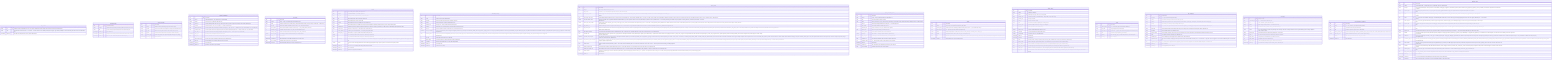
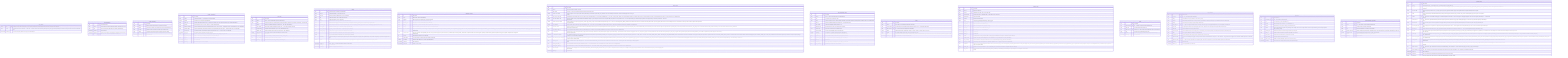
%% Generated by scripts/generate_er.py — do not edit by hand (make er)
erDiagram

    APP_CONFIG {
        string key PK "Config key in lower-snake attribute form (e.g. pdf_extractor). Matches the settings.<key> attribute name and the API path segment. ADR-0053 §2.1."
        string value "Override value as TEXT. NOT NULL — 'a row exists ⇔ override is active'. Reset to default by deleting the row (§3.3). Typed values (bool/float) are stored as their string form and coerced at read. ADR-0053 §2.1."
        timestamptz updated_at "Last write time (audit). Refreshed on every upsert. ADR-0053 §2.1."
    }

    CONVERSATIONS {
        uuid id PK "Conversation identity"
        string vault_id "Logical vault scope (matches pages/edges pattern), from VAULT_ID env var"
        string title "User-set or first-prompt-derived title, NULL until set (ADR-0019 §2.5)"
        timestamptz created_at "Row creation time"
        timestamptz updated_at "Bumped on each chat turn, drives last-active-conversation restore (AC-F6-1)"
        timestamptz deleted_at "NULL = live, set = soft-deleted (ADR-0005 / ADR-0019 §2.5)"
    }

    IMAGE_CAPTIONS {
        uuid id PK "Row identity"
        string vault_id "Vault this cached caption belongs to (per-vault cache scoping)"
        string sha256 "Lowercase hex sha256 of the image file's raw bytes (content-addressed key)"
        string file_path "Relative raw source path last seen for this content (audit, may drift)"
        string caption "Provider-generated caption used as the image's extracted text (R8-2)"
        string provider_type "Backend that produced the caption: local|api|cli (audit only, never routing)"
        timestamptz created_at "Row creation time"
    }

    IMPORT_SCHEDULES {
        uuid id PK "Row identity"
        string vault_id "Logical vault identifier — one schedule row per vault (UNIQUE)"
        boolean enabled "Scheduler is a no-op while false (ADR-0020 §4.1)"
        string source_dir "Container-visible absolute path to scan (e.g. /import). NULL until set by the user. Must be mounted into the container (ADR-0020 §7)."
        string frequency "Scan interval enum: '15m' | '1h' | '6h' | 'daily' (I7 — bounded, ADR-0020 §4.1)"
        string allowed_extensions "Comma-separated file extensions the scheduled scan imports (e.g. '.pdf,.csv'). NULL → default wider set (text + all extractable). P3-c (v1.5, ADR-0068)."
        string excluded_folders "Comma-separated folder names skipped during the scan (matched against path parts). NULL → nothing excluded. P3-c (v1.5, ADR-0068)."
        int max_size_mb "Max file size in MB the scan will import, larger files are skipped (I7). NULL → no size cap. P3-c (v1.5, ADR-0068)."
        timestamptz last_run_at "Timestamp of the last completed scan, NULL if never run"
        string last_status "Outcome of the last scan: 'ok' | 'error' | 'running' | 'skipped_disabled' | 'dir_missing' | NULL (never run)"
        int last_imported_count "Number of files copied (new/changed) during the last scan (ADR-0020 §4.3)"
        string last_error "Human-readable error from the last failed scan, NULL on success"
        timestamptz created_at "Row creation time"
        timestamptz updated_at "Updated on every PUT or scan completion"
    }

    LINT_RUNS {
        uuid id PK "Run identity"
        string vault_id "Scope — string, no vaults table (AQ-v0.5-6, ADR-0037 §3.1)"
        string status "running | completed | error. Defaults 'running', terminal write always in finally (never left 'running' on fall-through — ADR-0037 §4)."
        int max_iter "Iteration cap FROZEN at INSERT from POST body → LINT_MAX_ITER default (I7)"
        int token_budget "Token budget FROZEN at INSERT from POST body → LINT_TOKEN_BUDGET default (I7)"
        int iterations_used "Semantic rounds consumed (0..max_iter), 0 for deterministic-only scans"
        int findings_count "Number of findings emitted by this scan (capped at LINT_MAX_FINDINGS)"
        decimal total_cost_usd "I7 cost ledger, 0.0000 for local/cli (ADR-0009), $1 anomaly threshold"
        timestamptz started_at "Run start time"
        timestamptz completed_at "NULL while running, set in finally block (mirrors deep_research_runs)"
        string error_message "Populated only on status='error', NULL otherwise"
        timestamptz created_at "Row creation time (mirrors deep_research_runs/review_items)"
    }

    PAGES {
        uuid id PK "Page identity, also the Qdrant point id (ADR-0002)"
        string vault_id "Logical vault identifier — from VAULT_ID env var"
        string file_path "Relative path under vault/raw/sources/, join key to filesystem"
        string title "YAML frontmatter 'title', NULL if absent (K6, AC-K6-2/3)"
        string type "YAML frontmatter 'type', NULL if absent (K6)"
        jsonb sources "YAML frontmatter 'sources[]' as JSONB array, NULL if absent (K6)"
        jsonb tags "YAML frontmatter 'tags[]' as JSONB array, NULL if absent (K6 navigation, nashsu/llm_wiki parity). Mirrors 'sources' storage. Migration 0018."
        string generation_key "Stable identity for corpus-derived comparison/synthesis pages, mirrored as synapse_generation_key in YAML. NULL for ordinary/legacy pages (ADR-0074, 0031)."
        string content_hash "sha256 hex of raw file bytes — authoritative change signal (ADR-0001)"
        int source_mtime_ns "st_mtime_ns at last confirmed index — cheap fast-path gate (ADR-0001)"
        uuid qdrant_point_id "Qdrant point id == pages.id, explicit to allow deliberate divergence later"
        double x "FR x-coordinate (DOUBLE PRECISION), NULL until first layout (ADR-0013)"
        double y "FR y-coordinate (DOUBLE PRECISION), NULL until first layout (ADR-0013)"
        int community "Louvain community id, re-numbered by size (largest=0). NULL until first GraphEngine.recompute() after migration 0020 (G-P0-2). Persisted alongside x/y, exposed in GET /graph nodes (I2)."
        boolean pinned "True when the user manually positioned this node via PATCH /pages/(id)/position. Engine preserves pinned coords across FR recomputes (Feature A)."
        timestamptz deleted_at "NULL = live, set = soft-deleted (ADR-0005), Qdrant point hard-deleted"
        timestamptz created_at "Row creation time"
        timestamptz updated_at "Updated on every upsert (AC-WATCH-3)"
    }

    PROVIDER_CONFIG {
        uuid id PK "Row identity"
        string scope "global | vault | operation (ADR-0008 §2)"
        string operation "ingest | chat | lint, NULL unless scope='operation' (AQ-v0.2-5)"
        string vault_id "NULL at global scope, required at vault/operation scope"
        string provider_type "local | api | cli — selects the InferenceProvider backend (I6)"
        string model_id "Model name (e.g. claude-sonnet-4-6), value lives ONLY in DB rows (AC-F17-8)"
        string base_url "OpenAI-compatible endpoint for ApiProvider, NULL for Anthropic/local default"
        largebinary api_key_encrypted "W1 (F17, §12 amendment). Fernet-encrypted UI-supplied provider API key (master key from SYNAPSE_SECRET_KEY env, app/secrets_crypto.py). NULL = no UI key, the provider layer falls back to env-var keys (ANTHROPIC_API_KEY / OPENAI_API_KEY). The plaintext is NEVER stored and NEVER returned by any endpoint (GET exposes only api_key_configured + a masked hint). Migration 0026."
        string reasoning_effort "W1 (F17). Per-provider reasoning/thinking effort: auto | off | low | medium | high | max | custom. NULL/auto = provider default (no reasoning override). Threaded into the ApiProvider where the backend supports it (Anthropic extended thinking / OpenAI-compatible reasoning_effort), degrade-safe/ignored when unsupported. Migration 0026."
        int max_iter "Orchestrated-loop iteration cap (I7, ADR-0009)"
        int token_budget "Loop token budget (I7), 60000 orchestrated / 100000 cli (ADR-0009)"
        boolean is_fallback "Marks the single fallback row for a scope (ADR-0009 §fallback)"
        timestamptz created_at "Row creation time"
        timestamptz updated_at "Updated on every change"
    }

    VAULT_STATE {
        uuid id PK "Row identity"
        string vault_id "One row per vault, from VAULT_ID env var"
        int data_version "Monotonic, +1 per successful upsert ingest (AC-F16dv-2/4), FA2 debounce signal"
        boolean remote_mcp_enabled "Runtime toggle for the remote (HTTP) MCP surface (ADR-0032 §2.1). Default OFF, requires MCP_AUTH_TOKEN to be set before enabling. Persisted here, read into RemoteMcpFlag cache in main.py at startup."
        string mcp_access_token_hash "Salted PBKDF2-HMAC-SHA256 hash of the UI-set MCP access token (ADR-0033 §2.1). Format: pbkdf2_sha256$<iters>$<salt_b64>$<hash_b64>. NULL = no UI token, env MCP_AUTH_TOKEN is the bootstrap fallback. NEVER stores plaintext. Token shown once at generation time (one-time reveal). DB-hash takes precedence over env bootstrap when set. Migration 0012."
        boolean mcp_allow_without_token "When ON: PRIVATE sources (loopback/CGNAT/RFC1918/link-local/ULA) may reach /mcp/server without a bearer token (ADR-0033 §2.3). PUBLIC sources (Cloudflare tunnel — CF-Connecting-IP/CF-Ray) are NEVER exempted regardless of this flag (fail-safe by construction). Default false — fail-closed. Migration 0012."
        boolean remote_mcp_write_enabled "Runtime toggle for write tools (write_page, resolve_review, trigger_source_rescan) on the HTTP MCP surface (ADR-0072 §1). NULL = not set in DB, env MCP_REMOTE_WRITE_ENABLED is the fallback. When NOT NULL, DB value is authoritative (DB-wins-else-env). Always-register-guard model: write tools are always listed on the HTTP surface but each body checks the effective flag at call time (ADR-0072 §3). Migration 0030."
        boolean clip_enabled_db "Runtime enabled-gate for POST /clip ingress (ADR-0040 §3). NULL = not set in DB, env CLIP_ENABLED is the fallback. When NOT NULL, DB value is authoritative (overrides CLIP_ENABLED env). Migration 0015."
        string clip_access_token "PBKDF2-SHA256 hash of the bearer token for POST /clip (ADR-0040 §2.2 amendment). NOTE: the original migration 0015 comment says 'plaintext' — that is stale. The write path (PUT /clip/config rotate_token) stores the PBKDF2 hash (never the raw token). The raw token is shown exactly once at generation time in generated_token (never stored). Verification uses constant-time _verify_token(). NULL = no DB token, fall back to CLIP_TOKEN env bootstrap or none. When set, DB value wins over CLIP_TOKEN env. NEVER logged. Migration 0015."
        string clip_allowed_origins_db "Comma-separated Origin allowlist for POST /clip (ADR-0040 §3). NULL = fall back to CLIP_ALLOWED_ORIGINS env var. When set, DB value wins over env. Migration 0015."
        string cli_oauth_token "DEPRECATED write path (W7 migration 0027). Legacy plaintext CLI subscription OAuth token column (ADR-0043 §2.1 original). Kept for rollback safety — migration 0027 nulls this column after encrypting the value into cli_oauth_token_encrypted. The read path falls back to this column with a security warning if cli_oauth_token_encrypted is NULL (operator migration path when SYNAPSE_SECRET_KEY was absent at migration time). Will be dropped in a future cleanup migration. Migration 0017."
        largebinary cli_oauth_token_encrypted "W7 (ADR-0043 amendment). Fernet-encrypted CLI subscription OAuth token (master key from SYNAPSE_SECRET_KEY env, app/secrets_crypto.py). Produced on the host by 'claude setup-token' (prefix: sk-ant- + oat01-). NULL = no UI token, env 'CLAUDE_CODE_OAUTH_TOKEN' / 'CLAUDE_CODE_USE_SUBSCRIPTION' govern. When NOT NULL the DB value is authoritative: it is decrypted at startup and injected into the spawned 'claude' CLI env as CLAUDE_CODE_OAUTH_TOKEN. Fernet AES-128-CBC + HMAC-SHA256. Plaintext NEVER stored/logged. Requires SYNAPSE_SECRET_KEY to store (PUT /provider/cli-auth returns 400 when key absent). Fail-closed on tampered ciphertext (decrypt returns None, cache loads None). Migration 0027."
        largebinary web_search_api_keys_encrypted "P3-e (ADR-0071). Fernet-encrypted JSON map (provider: api_key) for the opt-in cloud web-search providers (tavily/serpapi/firecrawl/brave). Master key from SYNAPSE_SECRET_KEY env (app/secrets_crypto.py). NULL = no UI keys, env '(PROVIDER)_API_KEY' govern. When a provider's key is present here the DB value wins over env. Plaintext NEVER stored/logged/returned (GET exposes only a masked posture). Requires SYNAPSE_SECRET_KEY to store (PUT /web-search/provider-keys → 400 when absent). Fail-closed on tampered ciphertext. Migration 0029."
        string searxng_url_db "Runtime SearXNG base URL (ADR-0041 §3). NULL = not set in DB, fall back to SEARXNG_URL env var. When set, DB value wins over env. NOT a secret — returned by GET /web-search/config (no masking). Migration 0016."
        string searxng_categories_db "Comma-separated SearXNG categories (ADR-0041 §3). NULL = not set in DB, fall back to env / code defaults. When set, DB value wins over env. Migration 0016."
        int searxng_max_queries_db "Max SearXNG queries per deep-research iteration (ADR-0041 §3). NULL = not set in DB, fall back to DEEP_RESEARCH_MAX_QUERIES env. When set, DB value wins over env. Migration 0016."
        string output_language "Mandatory AI output language chosen at vault creation (ADR-0081, llm_wiki create-dialog parity). ISO-639-1 code (e.g. 'en', 'it'). NULL = auto (detect from source content, pre-1.7.0 vaults). Read by ingest prompts (MANDATORY OUTPUT LANGUAGE directive) and by the writer language guard. Migration 0032."
        timestamptz updated_at "Last bump time"
    }

    DEEP_RESEARCH_RUNS {
        uuid id PK "Run identity"
        string vault_id "Scope — string, no vaults table (AQ-v0.5-6, ADR-0024 §7.1)"
        string topic "The research topic provided by the caller"
        string status "running | converged | max_iter_reached | budget_exhausted | error. Defaults 'running', terminal write always in finally (Do-NOT no.7, ADR-0024 §3.2)"
        int max_iter "Iteration cap FROZEN at INSERT from POST body → env default (AQ-v0.5-4)"
        int token_budget "Token budget FROZEN at INSERT (AQ-v0.5-4, I7)"
        int iterations_used "Rounds consumed (1..max_iter), 0 until first round completes"
        jsonb queries_used "Array of every query issued, per round (AC-F10-4c)"
        int sources_fetched "Count of fetched candidate sources across all iterations"
        boolean converged "True iff status == 'converged' (audit convenience, ADR-0024 §7.1)"
        decimal total_cost_usd "I7 cost ledger, 0.0000 for local/cli (ADR-0009), $1 anomaly threshold"
        string synthesis_text "The synthesized markdown, NULL until step 5 completes (AC-F10-4c)"
        uuid synthesis_page_id FK "FK → pages.id created by the re-entrant ingest_file, NULL until done"
        timestamptz started_at "Run start time"
        timestamptz completed_at "NULL while running, set in finally block (mirrors ingest_runs alias rule)"
        string error_message "Populated only on status='error', NULL otherwise"
    }

    EDGES {
        uuid id PK "Row identity"
        string vault_id "Scope edges per vault (matches pages/vault_state pattern)"
        uuid source_page_id FK "Unordered pair stored canonically (smaller UUID first by string sort). FK → pages.id (ADR-0012 / AQ-5)"
        uuid target_page_id FK "FK → pages.id, target of the undirected pair (ADR-0012)"
        double weight "Additive 4-signal weight > 0 (ADR-0012): 3·direct + 4·source_overlap + 1.5·adamic_adar + 1·same_type"
        jsonb signals "Per-signal breakdown ('direct','source','aa','type') for audit (AC-F4-1(e))"
        string kind "Structural edge discriminator: 'link' (direct wikilink present) | 'source' (shared provenance only). ADR-0016 §4. NULL for rows written before migration 0004 (treated as link)."
        timestamptz created_at "Row creation time (set on each recompute batch)"
    }

    INGEST_RUNS {
        uuid id PK "Row identity"
        string vault_id "Vault this run belongs to"
        uuid page_id FK "Originating source page, NULL on a pre-write failure"
        string provider_name "Provider class name (e.g. OllamaProvider) — AUDIT ONLY, never routed on (I6)"
        string provider_type "local | api | cli (audit)"
        string model_id "Resolved model used (audit)"
        string route "orchestrated | delegated (capability-aware routing outcome)"
        int max_iter_used "Iterations actually consumed (1..max_iter), 0 for delegated"
        int total_tokens "input+output tokens across all iterations (I7)"
        decimal total_cost_usd "0.0000 for local/cli (ADR-0009), logged per run (I7)"
        boolean converged "True if a valid batch was produced within max_iter"
        boolean cost_anomaly "True if total_cost_usd > 1.00 (ADR-0009 §3)"
        timestamptz started_at "Run start time"
        timestamptz finished_at "Run finish time"
        string status "Run lifecycle state: running | completed | failed | converged_false. Backfilled from converged for historical rows (ADR-0018 §7)."
        int pages_created "Number of wiki pages persisted during this run. 0 for historical rows, set by orchestrator on new runs (ADR-0018 §7)."
        string error_message "Human-readable error description for failed runs, NULL for completed/running/converged_false rows (ADR-0018 §7)."
        jsonb page_type_counts "Per-PageType pages created by this run for generation diagnostics, NULL for legacy rows (ADR-0073, migration 0031)."
+         jsonb diagnostics "Ingest-loop non-convergence diagnostics surfaced to the UI (1.9.1 W5, NC-1): (stop_reason: 'converged'|'max_iter'|'token_budget', iterations: int, last_errors: list[str], tokens_used: int, token_budget: int). Populated by the orchestrated JSON loop (app.ingest.loop) and the block loop (app.ingest.block_loop) on every terminal outcome (converged or not), NULL for the delegated/CLI route (no bounded loop to report) and for legacy rows (migration 0035)."
        string source_path "Relative raw source path (raw/sources/…) the run is ingesting. NULL for historical rows written before migration 0021 (ADR-0046 §1)."
        int retry_count "Times this source has been retried. Enforces MAX_INGEST_RETRIES=3 (I7, ADR-0046 §5). Incremented by the queue manager on each re-dispatch, 0 for the initial attempt."
    }

    LINKS {
        uuid id PK "Row identity"
        uuid source_page_id FK "FK → pages.id, the page that contains the wikilink (K5)"
        string target_title "The [[Target]] title string as written (K5)"
        uuid target_page_id FK "Resolved FK → pages.id, NULL while the target page does not exist (K5, v0.3)"
        string alias "The |alias part of [[Target|alias]], if present (K5)"
        boolean dangling "True when target_page_id is unresolved (AC-K5-5), warn-not-error path"
        timestamptz created_at "Row creation time"
    }

    LINT_FINDINGS {
        uuid id PK "Finding identity"
        uuid lint_run_id FK "FK → lint_runs.id (ON DELETE CASCADE)"
        string vault_id "Denormalised vault scope (matches the run's vault, AQ-v0.5-6)"
        string category "Finding category (ADR-0037 §3.1 enum-by-convention, no DB CHECK): orphan-page | missing-xref | contradiction | stale-claim | missing-page."
        string severity "info | warning | error (advisory, display ordering). ADR-0037 §3.1."
        uuid target_page_id FK "FK → pages.id, the page the finding is about. NULL when none applies (e.g. a missing-page finding about a not-yet-existing title). ADR-0037 §3.1."
        string target_title "The page title the finding concerns (missing-page: title to create, missing-xref: the existing page that should be linked). ADR-0037 §3.1."
        string description "Human-readable 'what is wrong' (ADR-0037 §3.1)."
        string proposed_action "Human-readable description of the fix apply_lint_fix would attempt. NULL for flag-only findings (contradiction/stale-claim/orphan). ADR-0037 §3.1/§5."
        string status "open | applied | dismissed. Defaults 'open' (ADR-0037 §3.1)."
        string resolution_note "How the finding was resolved (apply outcome / dismiss reason). NULL while open."
        string suggested_target "Title of the best matching existing page found by the tolerant resolver at broken-wikilink scan time (exact → case-insensitive → slug). NULL when no suggestion or for non-broken-wikilink categories. L2 / ADR-0037 B1."
        uuid suggested_page_id FK "FK → pages.id, the live page whose title is 'suggested_target'. NULL when no suggestion or for non-broken-wikilink categories. L2 / ADR-0037 B1."
        timestamptz created_at "Row creation time"
        timestamptz reviewed_at "Set on apply/dismiss, NULL while open."
    }

    MESSAGES {
        uuid id PK "Message identity"
        uuid conversation_id FK "FK → conversations.id (ADR-0019 §2.5)"
        string role "'user' | 'assistant' | 'system' (ADR-0019 §2.5)"
        string content "RAW message content, incl. literal <think>…</think> un-mutated (AC-F7-2)"
        jsonb citations "RESERVED for M5 [n] citations, always [] in M4 (ADR-0019 §2.3)"
        jsonb images "B2-C1 image attachments: [(mime, data_base64)] for user messages. NULL when no images attached. Stored so regenerate/history preserves images. Migration: 0024_messages_images."
        string provider_type "Backend that produced an assistant msg (audit), NULL for user/system"
        string model_id "Resolved model that produced an assistant msg (audit), NULL otherwise"
        int input_tokens "Prompt tokens for an assistant turn (I7 persistent cost record)"
        int output_tokens "Completion tokens for an assistant turn (I7)"
        decimal total_cost_usd "0.0000 for local/cli (ADR-0009), logged + returned in done event (I7)"
        timestamptz created_at "Row creation time, messages ordered created_at ASC (ADR-0019 §2.5)"
    }

    DEEP_RESEARCH_SOURCES {
        uuid id PK "Row identity"
        uuid run_id FK "FK → deep_research_runs.id (ON DELETE CASCADE)"
        string url "The fetched source URL (from SearXNG hit)"
        string title "Hit title from SearXNG, may be URL if no title available"
        string fetched_content_md "Extracted markdown (capped at DEEP_RESEARCH_FETCH_MAX_CHARS), NULL on fetch failure (ADR-0024 §4 / Do-NOT no.9)"
        decimal relevance_score "Optional model/heuristic relevance, NULL in Phase 2 (ADR-0024 §11)"
        int iteration "Which round produced this source (1..max_iter), audit trail"
        timestamptz created_at "Row creation time"
    }

    REVIEW_ITEMS {
        uuid id PK "Row identity"
        string vault_id "Logical vault identifier — existing String (no FK, no vaults table). AQ-v0.5-6, ADR-0034 §3.1"
        string item_type "Proposal type (ADR-0034 §3.1 enum-by-convention, no DB CHECK): missing-page | suggestion | contradiction | duplicate | confirm. Old values (new_page/update_page/deep_research_candidate) are obsolete after migration 0013 left-shifts them to skipped."
        string proposal_origin "Structured proposal provenance: rule | ai | corpus | system | lint | legacy. Application-validated, legacy is the migration/backward-compatible default (ADR-0073, migration 0031)."
        string status "Lifecycle (ADR-0034 §3.1, ADR-0044 adds dismissed): pending | created | skipped | dismissed | deep_researched | auto_resolved. Defaults 'pending'. (approved is gone, Create produces created.)"
        uuid page_id FK "FK → pages.id, the review TARGET: existing page a contradiction/duplicate conflicts with, or source-context page for missing-page/suggestion. NULL when none applies. (ADR-0034 §3.1 — re-documented column)"
        uuid source_page_id FK "FK → pages.id, the page WHOSE INGEST produced this proposal (provenance). Distinct from page_id (the conflicting/target page). Lets the UI show 'proposed while ingesting X'. ADR-0034 §3.1 ADD."
        string proposed_title "The title the LLM proposes to create (required for missing-page, advisory for others). Drives the lazy skeleton (ADR-0034 §5.2) and rule-based sweep title match (§6.2). ADR-0034 §3.1 ADD."
        string proposed_page_type "Inferred PageType for the lazy skeleton: entity|concept|source|synthesis|comparison. NULL → heuristic applied at Create time (ADR-0034 §5.2). source is never a valid Create target. ADR-0034 §3.1 ADD."
        string proposed_dir "Target wiki/ subdir derived from proposed_page_type (DISPLAY ONLY). Recomputed from the final type at Create time — never trusted blindly (ADR-0034 §5.2). ADR-0034 §3.1 ADD."
        string rationale "Short human-readable 'why this matters' (ADR-0034 §3.1 ADD). Replaces the old per-page follow-up questions (pre_generated_query is DROPPED). For suggestion: the gap/follow-up, for contradiction: the conflict description, for confirm: what needs confirming. Used as the topic hint for Deep Research."
        string content_key "16-hex FNV-1a stable digest over vault_id + item_type + normalize(proposed_title) + (target_page_title|page_id) (ADR-0044 §3.2). Makes the queue idempotent across re-ingest: the same logical proposal keeps its content_key and therefore its status. NULL for 'confirm' items (never deduped — every confirmation is a distinct human ask) and legacy rows. Migration 0019."
        jsonb referenced_page_ids "JSON array of page-id STRINGS: the existing pages this proposal is contextually about (plural context set, ADR-0044 §2/§3.1). Bounded (≤ REVIEW_REFERENCED_PAGES_MAX, default 8). Distinct from page_id (single primary conflict) and source_page_id (provenance). Deliberately a JSON array, NOT a junction/FK — stale ids are filtered at render (ADR-0044 §9.2). NULL/[] when none. Migration 0019."
        jsonb search_queries "JSON array of ≤3 pre-generated web-search-query strings (ADR-0044 §2.3), produced by the SAME single proposal call (no extra provider call). Deep Research seeds its topic from search_queries[0], the UI shows them on the card. NULL when none. Migration 0019."
        string resolution "How the item closed (ADR-0034 §3.1 ADD, ADR-0044 adds dismissed): created | skipped | dismissed | researched | rule_resolved | llm_resolved. NULL while pending. Complements status (status records *what* happened, resolution records *how* it was resolved)."
        uuid created_page_id FK "FK → pages.id, the page a successful Create action produced (ADR-0034 §5). NULL while status != 'created'. Distinct from page_id and source_page_id. ADR-0034 §3.1 ADD."
        uuid deep_research_run_id FK "FK → deep_research_runs.id, set when the Deep-Research action fires (AC-F10-5). NULL while status != 'deep_researched'. Unchanged from ADR-0025."
        timestamptz created_at "Row creation time"
        timestamptz reviewed_at "Set on any terminal action (Create/Skip/Deep-Research/auto-resolve), NULL while pending."
        string reviewed_by "'web-ui' for human actions, 'auto-sweep' for the sweep (ADR-0034 §6.2/§6.3). NULL while pending."
    }
